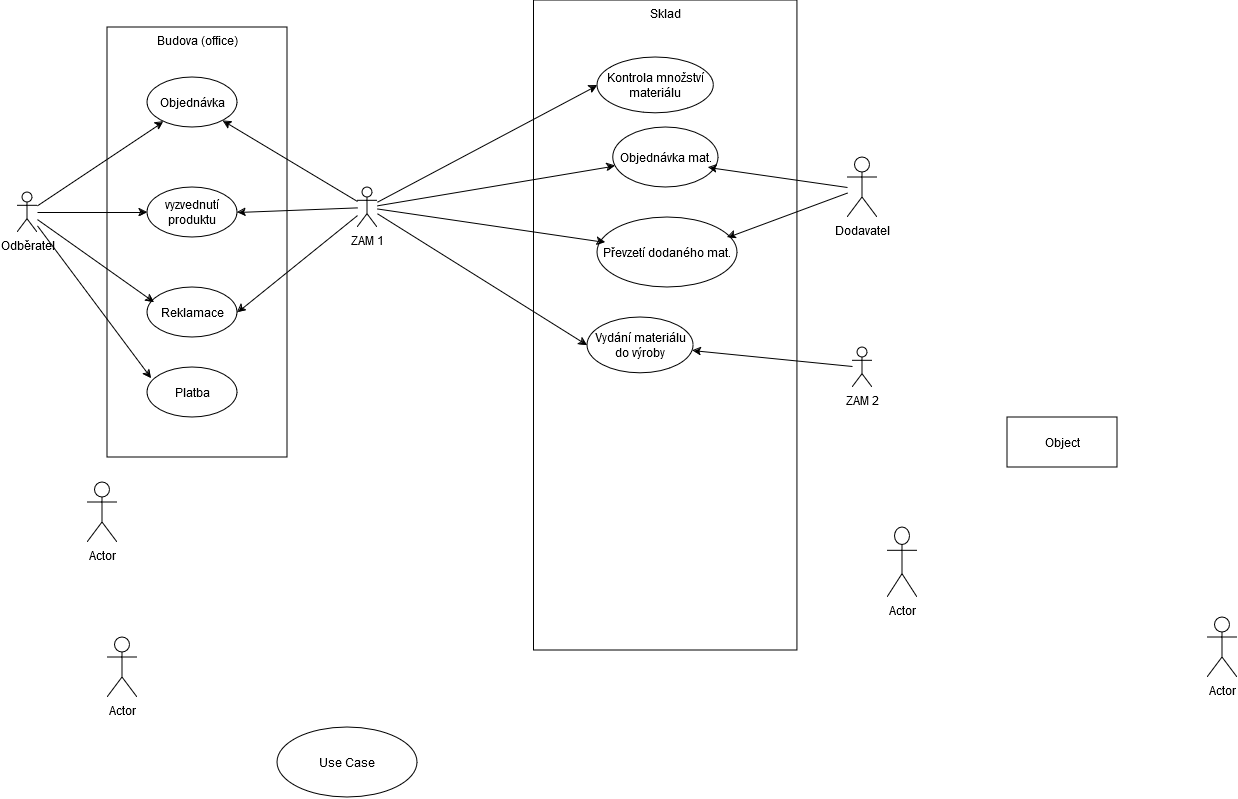
Before: SW_ING/Tužka_state.png, a diagram exported from draw.io (KarelMasa/pg). Source tidied: cells renumbered, new cells last; positions are measured from the earlier drawing's top-left corner, leaving out a move shared by most shapes.
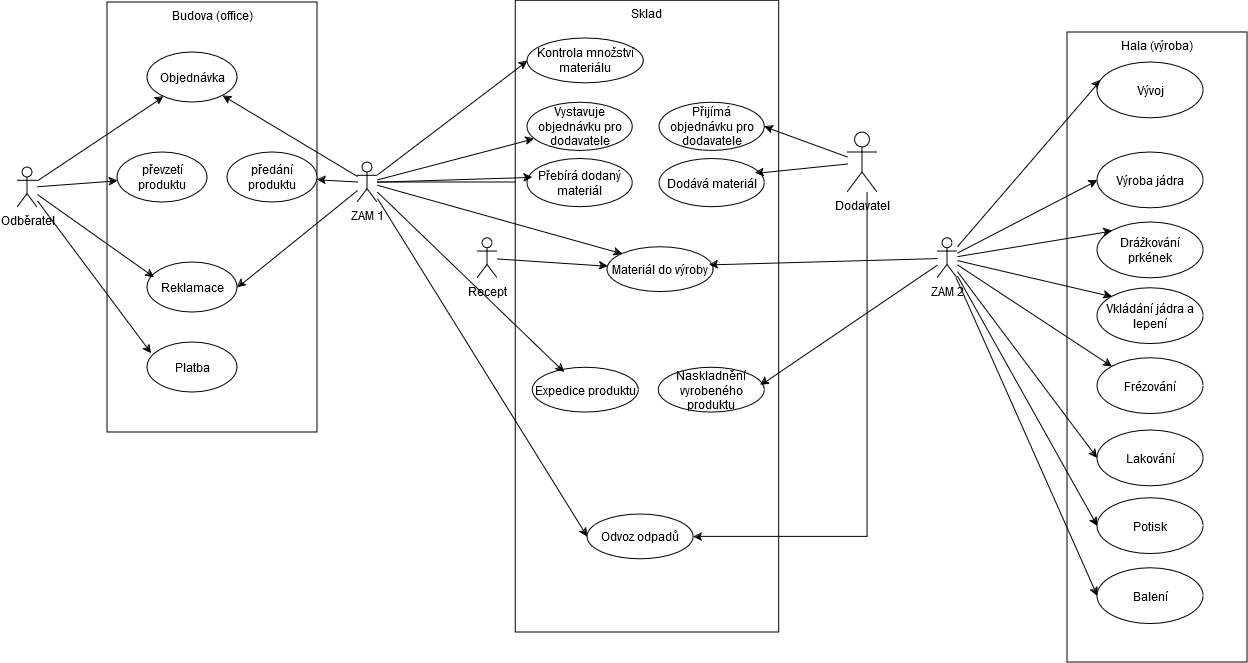
The same diagram one commit later.

The edit, as a diff of the source:
```diff
@@ -3,13 +3,13 @@
     <mxCell id="0" />
     <mxCell id="1" parent="0" />
     <mxCell id="2" style="group;" parent="1" vertex="1">
-      <mxGeometry x="90" y="27" width="180" height="430" as="geometry" />
+      <mxGeometry x="90" y="27" width="210" height="430" as="geometry" />
     </mxCell>
     <mxCell id="3" value="Budova (office)" style="html=1;whiteSpace=wrap;verticalAlign=top;" parent="2" vertex="1">
-      <mxGeometry width="180" height="430" as="geometry" />
+      <mxGeometry width="210" height="430" as="geometry" />
     </mxCell>
-    <mxCell id="4" value="vyzvednutí produktu" style="ellipse;whiteSpace=wrap;html=1;" parent="2" vertex="1">
-      <mxGeometry x="40" y="160" width="90" height="50" as="geometry" />
+    <mxCell id="4" value="převzetí produktu" style="ellipse;whiteSpace=wrap;html=1;" parent="2" vertex="1">
+      <mxGeometry x="10" y="150" width="90" height="50" as="geometry" />
     </mxCell>
     <mxCell id="5" value="&lt;div&gt;Objednávka&lt;/div&gt;" style="ellipse;whiteSpace=wrap;html=1;" parent="2" vertex="1">
       <mxGeometry x="40" y="50" width="90" height="50" as="geometry" />
@@ -20,100 +20,171 @@
     <mxCell id="7" value="&lt;div&gt;Platba&lt;/div&gt;" style="ellipse;whiteSpace=wrap;html=1;" parent="2" vertex="1">
       <mxGeometry x="40" y="340" width="90" height="50" as="geometry" />
     </mxCell>
+    <mxCell id="39" value="předání produktu" style="ellipse;whiteSpace=wrap;html=1;" parent="2" vertex="1">
+      <mxGeometry x="120" y="150" width="90" height="50" as="geometry" />
+    </mxCell>
     <mxCell id="8" style="rounded=0;jettySize=auto;html=1;" parent="1" edge="1" source="22" target="5">
       <mxGeometry relative="1" as="geometry" />
     </mxCell>
     <mxCell id="9" style="rounded=0;jettySize=auto;html=1;" parent="1" edge="1" source="22" target="4">
       <mxGeometry relative="1" as="geometry" />
     </mxCell>
-    <mxCell id="10" value="Use Case" style="ellipse;whiteSpace=wrap;html=1;" parent="1" vertex="1">
-      <mxGeometry x="627" y="542" width="140" height="70" as="geometry" />
-    </mxCell>
-    <mxCell id="11" value="Use Case" style="ellipse;whiteSpace=wrap;html=1;" parent="1" vertex="1">
-      <mxGeometry x="260" y="727" width="140" height="70" as="geometry" />
-    </mxCell>
-    <mxCell id="12" value="Actor" style="shape=umlActor;verticalLabelPosition=bottom;verticalAlign=top;html=1;" parent="1" vertex="1">
-      <mxGeometry x="870" y="527" width="30" height="70" as="geometry" />
-    </mxCell>
-    <mxCell id="13" value="Actor" style="shape=umlActor;verticalLabelPosition=bottom;verticalAlign=top;html=1;" parent="1" vertex="1">
-      <mxGeometry x="70" y="482" width="30" height="60" as="geometry" />
+    <mxCell id="13" value="Recept" style="shape=umlActor;verticalLabelPosition=bottom;verticalAlign=top;html=1;" parent="1" vertex="1">
+      <mxGeometry x="460" y="262.8" width="20" height="40" as="geometry" />
     </mxCell>
-    <mxCell id="14" value="Actor" style="shape=umlActor;verticalLabelPosition=bottom;verticalAlign=top;html=1;" parent="1" vertex="1">
-      <mxGeometry x="90" y="637" width="30" height="60" as="geometry" />
-    </mxCell>
     <mxCell id="15" style="rounded=0;jettySize=auto;html=1;" parent="1" edge="1" source="23" target="5">
       <mxGeometry relative="1" as="geometry" />
     </mxCell>
-    <mxCell id="16" style="rounded=0;jettySize=auto;html=1;entryX=1;entryY=0.5;entryDx=0;entryDy=0;" parent="1" edge="1" source="23" target="4">
-      <mxGeometry relative="1" as="geometry" />
-    </mxCell>
     <mxCell id="17" style="rounded=0;jettySize=auto;html=1;entryX=1;entryY=0.5;entryDx=0;entryDy=0;" parent="1" edge="1" source="23" target="6">
       <mxGeometry relative="1" as="geometry" />
     </mxCell>
-    <mxCell id="18" value="Actor" style="shape=umlActor;verticalLabelPosition=bottom;verticalAlign=top;html=1;" parent="1" vertex="1">
-      <mxGeometry x="1190" y="617" width="30" height="60" as="geometry" />
-    </mxCell>
     <mxCell id="19" style="rounded=0;jettySize=auto;html=1;entryX=0.078;entryY=0.3;entryDx=0;entryDy=0;entryPerimeter=0;" parent="1" edge="1" source="22" target="6">
       <mxGeometry relative="1" as="geometry" />
     </mxCell>
     <mxCell id="20" style="rounded=0;jettySize=auto;html=1;entryX=0.044;entryY=0.22;entryDx=0;entryDy=0;entryPerimeter=0;" parent="1" edge="1" source="22" target="7">
       <mxGeometry relative="1" as="geometry" />
     </mxCell>
-    <mxCell id="21" value="Object" style="html=1;whiteSpace=wrap;" parent="1" vertex="1">
-      <mxGeometry x="990" y="417" width="110" height="50" as="geometry" />
+    <mxCell id="21" value="Hala (výroba)" style="html=1;whiteSpace=wrap;verticalAlign=top;" parent="1" vertex="1">
+      <mxGeometry x="1050" y="57" width="180" height="630" as="geometry" />
     </mxCell>
     <mxCell id="22" value="&lt;div&gt;Odběratel&lt;/div&gt;&lt;div&gt;&lt;br&gt;&lt;/div&gt;" style="shape=umlActor;verticalLabelPosition=bottom;verticalAlign=top;html=1;" parent="1" vertex="1">
       <mxGeometry y="192" width="20" height="40" as="geometry" />
     </mxCell>
+    <mxCell id="40" style="rounded=0;jettySize=auto;html=1;" parent="1" edge="1" source="23" target="39">
+      <mxGeometry relative="1" as="geometry" />
+    </mxCell>
+    <mxCell id="41" style="edgeStyle=orthogonalEdgeStyle;rounded=0;jettySize=auto;html=1;entryX=0;entryY=0;entryDx=0;entryDy=0;" parent="1" edge="1" source="23" target="47">
+      <mxGeometry relative="1" as="geometry" />
+    </mxCell>
     <mxCell id="23" value="ZAM 1" style="shape=umlActor;verticalLabelPosition=bottom;verticalAlign=top;html=1;" parent="1" vertex="1">
       <mxGeometry x="340" y="187" width="20" height="40" as="geometry" />
     </mxCell>
     <mxCell id="24" style="group;" parent="1" vertex="1">
-      <mxGeometry x="520" y="27" width="260" height="650" as="geometry" />
+      <mxGeometry x="500" y="47" width="261.7" height="610" as="geometry" />
     </mxCell>
     <mxCell id="25" value="Sklad" style="html=1;whiteSpace=wrap;verticalAlign=top;" parent="24" vertex="1">
-      <mxGeometry x="-3.4" y="-27.1" width="263.4" height="650" as="geometry" />
+      <mxGeometry x="-1.7" y="-21.7" width="263.4" height="631.7" as="geometry" />
     </mxCell>
-    <mxCell id="26" value="Vydání materiálu do výroby" style="ellipse;whiteSpace=wrap;html=1;" parent="24" vertex="1">
-      <mxGeometry x="50" y="290" width="106" height="55.8" as="geometry" />
+    <mxCell id="26" value="&lt;div&gt;Materiál do výroby&lt;/div&gt;" style="ellipse;whiteSpace=wrap;html=1;" parent="24" vertex="1">
+      <mxGeometry x="90" y="224.7" width="106" height="44.8" as="geometry" />
     </mxCell>
     <mxCell id="27" value="Kontrola množství materiálu" style="ellipse;whiteSpace=wrap;html=1;" parent="24" vertex="1">
-      <mxGeometry x="60" y="30" width="116.3" height="55.8" as="geometry" />
+      <mxGeometry x="10" y="16.1" width="116.3" height="44.8" as="geometry" />
     </mxCell>
-    <mxCell id="28" value="Objednávka mat." style="ellipse;whiteSpace=wrap;html=1;" parent="24" vertex="1">
-      <mxGeometry x="75.7" y="100" width="105.3" height="60" as="geometry" />
+    <mxCell id="28" value="Vystavuje objednávku pro dodavatele" style="ellipse;whiteSpace=wrap;html=1;" parent="24" vertex="1">
+      <mxGeometry x="10" y="80.3" width="105.3" height="48.2" as="geometry" />
     </mxCell>
-    <mxCell id="29" value="Převzetí dodaného mat." style="ellipse;whiteSpace=wrap;html=1;" parent="24" vertex="1">
-      <mxGeometry x="60" y="190" width="140" height="70" as="geometry" />
-    </mxCell>
+    <mxCell id="42" value="Přijímá objednávku pro dodavatele" style="ellipse;whiteSpace=wrap;html=1;" parent="24" vertex="1">
+      <mxGeometry x="142" y="80.3" width="105.3" height="48.2" as="geometry" />
+    </mxCell>
+    <mxCell id="43" value="Dodává materiál" style="ellipse;whiteSpace=wrap;html=1;" parent="24" vertex="1">
+      <mxGeometry x="142" y="136.4" width="105.3" height="48.2" as="geometry" />
+    </mxCell>
+    <mxCell id="44" value="Přebírá dodaný materiál" style="ellipse;whiteSpace=wrap;html=1;" parent="24" vertex="1">
+      <mxGeometry x="10" y="136.4" width="105.3" height="48.2" as="geometry" />
+    </mxCell>
+    <mxCell id="45" value="Naskladnění vyrobeného produktu" style="ellipse;whiteSpace=wrap;html=1;" parent="24" vertex="1">
+      <mxGeometry x="141.2" y="345.1" width="106" height="44.8" as="geometry" />
+    </mxCell>
+    <mxCell id="46" value="Odvoz odpadů" style="ellipse;whiteSpace=wrap;html=1;" parent="24" vertex="1">
+      <mxGeometry x="70" y="492" width="106" height="44.8" as="geometry" />
+    </mxCell>
+    <mxCell id="47" value="Expedice produktu" style="ellipse;whiteSpace=wrap;html=1;" parent="24" vertex="1">
+      <mxGeometry x="15.1" y="345.1" width="106" height="44.8" as="geometry" />
+    </mxCell>
+    <mxCell id="48" style="rounded=0;jettySize=auto;html=1;entryX=0;entryY=0.5;entryDx=0;entryDy=0;" parent="1" edge="1" source="31" target="60">
+      <mxGeometry relative="1" as="geometry" />
+    </mxCell>
+    <mxCell id="49" style="rounded=0;jettySize=auto;html=1;entryX=0;entryY=0;entryDx=0;entryDy=0;" parent="1" edge="1" source="31" target="62">
+      <mxGeometry relative="1" as="geometry" />
+    </mxCell>
+    <mxCell id="50" style="rounded=0;jettySize=auto;html=1;entryX=0;entryY=0;entryDx=0;entryDy=0;" parent="1" edge="1" source="31" target="63">
+      <mxGeometry relative="1" as="geometry" />
+    </mxCell>
+    <mxCell id="51" style="rounded=0;jettySize=auto;html=1;entryX=0;entryY=0;entryDx=0;entryDy=0;" parent="1" edge="1" source="31" target="64">
+      <mxGeometry relative="1" as="geometry" />
+    </mxCell>
+    <mxCell id="52" style="rounded=0;jettySize=auto;html=1;entryX=0;entryY=0.5;entryDx=0;entryDy=0;" parent="1" edge="1" source="31" target="67">
+      <mxGeometry relative="1" as="geometry" />
+    </mxCell>
+    <mxCell id="53" style="rounded=0;jettySize=auto;html=1;entryX=0;entryY=0.5;entryDx=0;entryDy=0;" parent="1" edge="1" source="31" target="66">
+      <mxGeometry relative="1" as="geometry" />
+    </mxCell>
+    <mxCell id="54" style="rounded=0;jettySize=auto;html=1;entryX=0;entryY=0.5;entryDx=0;entryDy=0;" parent="1" edge="1" source="31" target="65">
+      <mxGeometry relative="1" as="geometry" />
+    </mxCell>
+    <mxCell id="31" value="ZAM 2" style="shape=umlActor;verticalLabelPosition=bottom;verticalAlign=top;html=1;" parent="1" vertex="1">
+      <mxGeometry x="920" y="262.8" width="20" height="40" as="geometry" />
+    </mxCell>
+    <mxCell id="33" style="rounded=0;jettySize=auto;html=1;entryX=0;entryY=0.5;entryDx=0;entryDy=0;" parent="1" edge="1" source="23" target="27">
+      <mxGeometry relative="1" as="geometry" />
+    </mxCell>
+    <mxCell id="55" style="rounded=0;jettySize=auto;html=1;entryX=1;entryY=0.5;entryDx=0;entryDy=0;" parent="1" edge="1" source="34" target="42">
+      <mxGeometry relative="1" as="geometry" />
+    </mxCell>
+    <mxCell id="56" style="rounded=0;jettySize=auto;html=1;entryX=1;entryY=0.5;entryDx=0;entryDy=0;edgeStyle=orthogonalEdgeStyle;" parent="1" edge="1" source="34" target="46">
+      <mxGeometry relative="1" as="geometry">
+        <Array as="points">
+          <mxPoint x="850" y="561" />
+        </Array>
+      </mxGeometry>
+    </mxCell>
+    <mxCell id="34" value="Dodavatel" style="shape=umlActor;verticalLabelPosition=bottom;verticalAlign=top;html=1;" parent="1" vertex="1">
+      <mxGeometry x="830" y="157" width="30" height="60" as="geometry" />
+    </mxCell>
+    <mxCell id="36" style="rounded=0;jettySize=auto;html=1;" parent="1" edge="1" source="23" target="28">
+      <mxGeometry relative="1" as="geometry" />
+    </mxCell>
+    <mxCell id="57" style="rounded=0;jettySize=auto;html=1;entryX=0.048;entryY=0.383;entryDx=0;entryDy=0;entryPerimeter=0;" parent="1" edge="1" source="23" target="44">
+      <mxGeometry relative="1" as="geometry" />
+    </mxCell>
+    <mxCell id="58" style="rounded=0;jettySize=auto;html=1;entryX=0.912;entryY=0.3;entryDx=0;entryDy=0;entryPerimeter=0;" parent="1" edge="1" source="34" target="43">
+      <mxGeometry relative="1" as="geometry" />
+    </mxCell>
+    <mxCell id="59" style="rounded=0;jettySize=auto;html=1;" parent="1" edge="1" source="13" target="26">
+      <mxGeometry relative="1" as="geometry" />
+    </mxCell>
+    <mxCell id="32" style="rounded=0;jettySize=auto;html=1;entryX=0;entryY=0;entryDx=0;entryDy=0;" parent="1" edge="1" source="23" target="26">
+      <mxGeometry relative="1" as="geometry" />
+    </mxCell>
+    <mxCell id="60" value="Výroba jádra" style="ellipse;whiteSpace=wrap;html=1;" parent="1" vertex="1">
+      <mxGeometry x="1080" y="177" width="106" height="55.8" as="geometry" />
+    </mxCell>
+    <mxCell id="61" style="rounded=0;jettySize=auto;html=1;entryX=0.028;entryY=0.323;entryDx=0;entryDy=0;entryPerimeter=0;" parent="1" edge="1" source="31" target="68">
+      <mxGeometry relative="1" as="geometry" />
+    </mxCell>
+    <mxCell id="62" value="Drážkování prkének" style="ellipse;whiteSpace=wrap;html=1;" parent="1" vertex="1">
+      <mxGeometry x="1080" y="247" width="106" height="55.8" as="geometry" />
+    </mxCell>
+    <mxCell id="63" value="Vkládání jádra a lepení" style="ellipse;whiteSpace=wrap;html=1;" parent="1" vertex="1">
+      <mxGeometry x="1080" y="312.8" width="106" height="55.8" as="geometry" />
+    </mxCell>
+    <mxCell id="64" value="Frézování" style="ellipse;whiteSpace=wrap;html=1;" parent="1" vertex="1">
+      <mxGeometry x="1080" y="382.8" width="106" height="55.8" as="geometry" />
+    </mxCell>
+    <mxCell id="65" value="Balení" style="ellipse;whiteSpace=wrap;html=1;" parent="1" vertex="1">
+      <mxGeometry x="1080" y="592.8" width="106" height="55.8" as="geometry" />
+    </mxCell>
+    <mxCell id="66" value="Potisk" style="ellipse;whiteSpace=wrap;html=1;" parent="1" vertex="1">
+      <mxGeometry x="1080" y="522.8" width="106" height="55.8" as="geometry" />
+    </mxCell>
+    <mxCell id="67" value="Lakování" style="ellipse;whiteSpace=wrap;html=1;" parent="1" vertex="1">
+      <mxGeometry x="1080" y="454.9" width="106" height="55.8" as="geometry" />
+    </mxCell>
+    <mxCell id="68" value="Vývoj" style="ellipse;whiteSpace=wrap;html=1;" parent="1" vertex="1">
+      <mxGeometry x="1080" y="87" width="106" height="55.8" as="geometry" />
+    </mxCell>
-    <mxCell id="30" style="rounded=0;jettySize=auto;html=1;" parent="1" edge="1" source="31" target="26">
+    <mxCell id="30" style="rounded=0;jettySize=auto;html=1;entryX=0.962;entryY=0.394;entryDx=0;entryDy=0;entryPerimeter=0;" parent="1" edge="1" source="31" target="26">
       <mxGeometry relative="1" as="geometry" />
     </mxCell>
-    <mxCell id="31" value="&lt;div&gt;ZAM 2&lt;/div&gt;" style="shape=umlActor;verticalLabelPosition=bottom;verticalAlign=top;html=1;" parent="1" vertex="1">
-      <mxGeometry x="835" y="347" width="20" height="40" as="geometry" />
-    </mxCell>
-    <mxCell id="32" style="rounded=0;jettySize=auto;html=1;entryX=0;entryY=0.5;entryDx=0;entryDy=0;" parent="1" edge="1" source="23" target="26">
-      <mxGeometry relative="1" as="geometry" />
-    </mxCell>
-    <mxCell id="33" style="rounded=0;jettySize=auto;html=1;entryX=0;entryY=0.5;entryDx=0;entryDy=0;" parent="1" edge="1" source="23" target="27">
-      <mxGeometry relative="1" as="geometry" />
-    </mxCell>
-    <mxCell id="34" value="Dodavatel" style="shape=umlActor;verticalLabelPosition=bottom;verticalAlign=top;html=1;" parent="1" vertex="1">
-      <mxGeometry x="830" y="157" width="30" height="60" as="geometry" />
-    </mxCell>
-    <mxCell id="35" style="rounded=0;jettySize=auto;html=1;entryX=0.905;entryY=0.667;entryDx=0;entryDy=0;entryPerimeter=0;" parent="1" edge="1" target="28">
-      <mxGeometry relative="1" as="geometry">
-        <mxPoint x="830" y="187" as="sourcePoint" />
-      </mxGeometry>
-    </mxCell>
-    <mxCell id="36" style="rounded=0;jettySize=auto;html=1;" parent="1" edge="1" source="23" target="28">
-      <mxGeometry relative="1" as="geometry" />
-    </mxCell>
-    <mxCell id="37" style="rounded=0;jettySize=auto;html=1;entryX=0.929;entryY=0.286;entryDx=0;entryDy=0;entryPerimeter=0;" parent="1" edge="1" source="34" target="29">
-      <mxGeometry relative="1" as="geometry" />
-    </mxCell>
-    <mxCell id="38" style="rounded=0;jettySize=auto;html=1;entryX=0.057;entryY=0.357;entryDx=0;entryDy=0;entryPerimeter=0;" parent="1" edge="1" source="23" target="29">
-      <mxGeometry relative="1" as="geometry" />
-    </mxCell>
+    <mxCell id="69" style="rounded=0;jettySize=auto;html=1;entryX=0.96;entryY=0.394;entryDx=0;entryDy=0;entryPerimeter=0;" parent="1" edge="1" source="31" target="45">
+      <mxGeometry relative="1" as="geometry" />
+    </mxCell>
+    <mxCell id="70" style="rounded=0;jettySize=auto;html=1;entryX=0.301;entryY=0.108;entryDx=0;entryDy=0;entryPerimeter=0;" parent="1" edge="1" source="23" target="47">
+      <mxGeometry relative="1" as="geometry" />
+    </mxCell>
+    <mxCell id="71" style="rounded=0;jettySize=auto;html=1;entryX=0;entryY=0.5;entryDx=0;entryDy=0;" parent="1" edge="1" source="23" target="46">
+      <mxGeometry relative="1" as="geometry" />
+    </mxCell>
   </root>
 </mxGraphModel>
```
